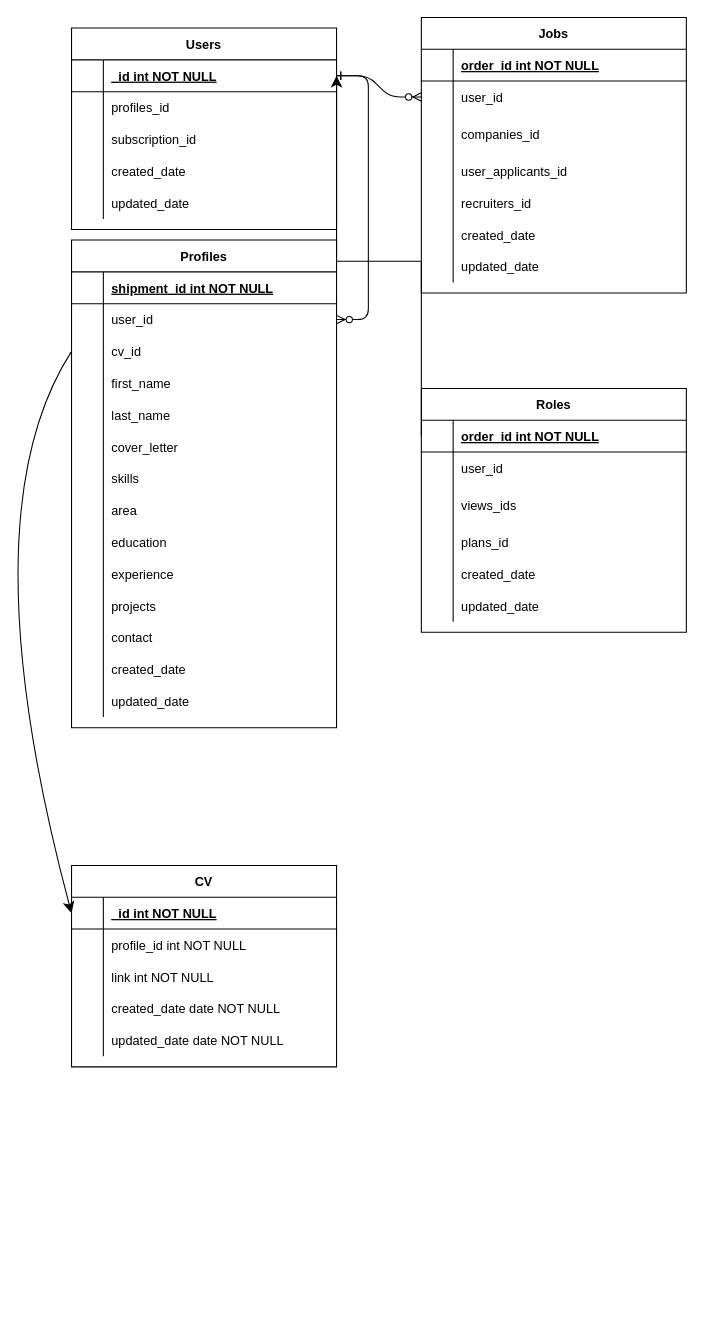
This is diagrama-de-datos.drawio from rcrdevelop/AutoGPT, a draw.io file, before an edit. Source tidied: cells renumbered, new cells numbered last; positions are measured from the earlier drawing's top-left corner, leaving out a move shared by most shapes. Both pictures are drawn from the tidied source at 106%, with x=0, y=0 at pixel (-35, 17).
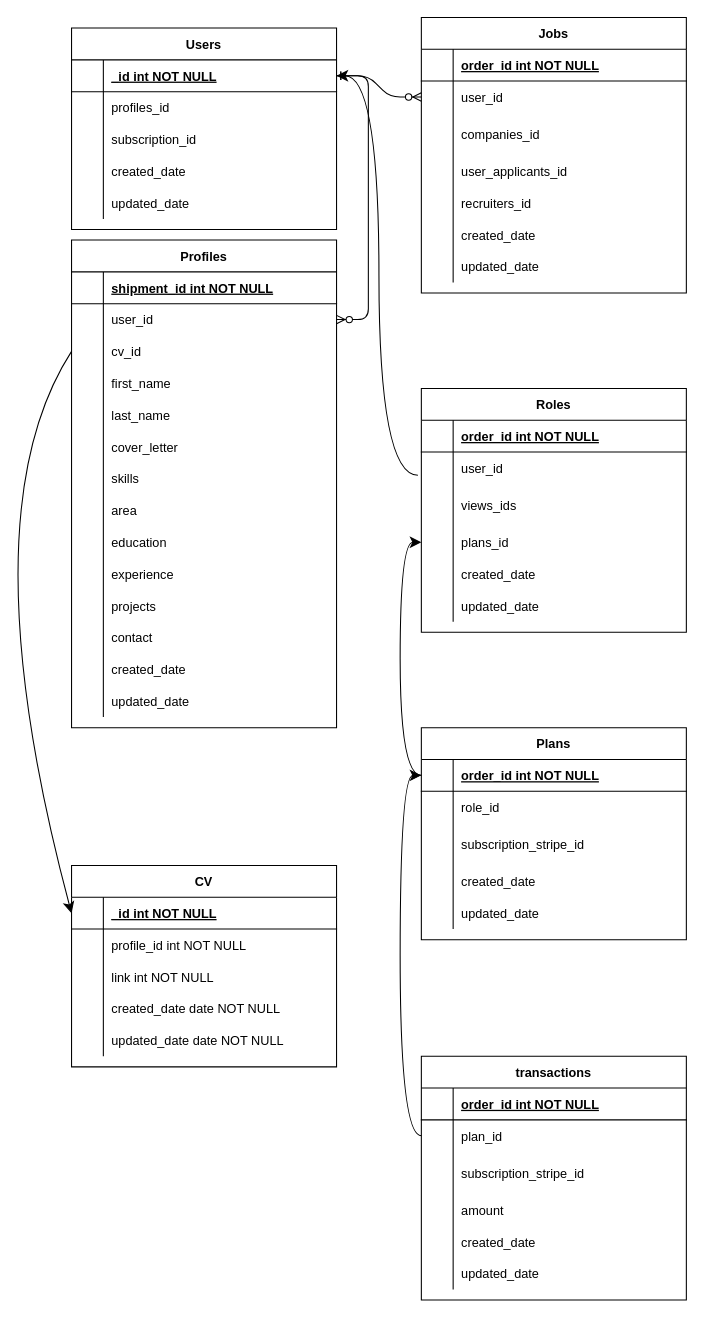
The same diagram, later.

The change refers to these unchanged cells:
```xml
<mxCell id="70" style="shape=partialRectangle;fillColor=none;points=[[0,0.5],[1,0.5]];portConstraint=eastwest;top=0;left=0;right=0;bottom=1;" parent="69" vertex="1">
  <mxGeometry y="30" width="250" height="30" as="geometry" />
</mxCell>
<mxCell id="103" style="shape=partialRectangle;fillColor=none;points=[[0,0.5],[1,0.5]];portConstraint=eastwest;top=0;left=0;right=0;bottom=1;" parent="102" vertex="1">
  <mxGeometry y="30" width="250" height="30" as="geometry" />
</mxCell>
<mxCell id="106" style="shape=partialRectangle;fillColor=none;points=[[0,0.5],[1,0.5]];portConstraint=eastwest;top=0;left=0;right=0;bottom=0;" parent="102" vertex="1">
  <mxGeometry y="60" width="250" height="30" as="geometry" />
</mxCell>
<mxCell id="112" style="shape=partialRectangle;fillColor=none;points=[[0,0.5],[1,0.5]];portConstraint=eastwest;top=0;left=0;right=0;bottom=0;" parent="102" vertex="1">
  <mxGeometry y="130" width="250" height="30" as="geometry" />
</mxCell>
```

Diff of the diagram source:
```diff
@@
-    <mxCell id="121" style="edgeStyle=elbowEdgeStyle;rounded=0;jettySize=auto;html=1;fontSize=12;startSize=8;endSize=8;entryX=1;entryY=0.5;entryDx=0;entryDy=0;elbow=vertical;exitX=0;exitY=0.5;exitDx=0;exitDy=0;" parent="1" edge="1" source="103" target="70">
-      <mxGeometry relative="1" as="geometry">
-        <Array as="points">
-          <mxPoint x="480" y="230" />
-        </Array>
-      </mxGeometry>
+    <mxCell id="121" style="edgeStyle=orthogonalEdgeStyle;rounded=0;jettySize=auto;html=1;fontSize=12;startSize=8;endSize=8;entryX=1;entryY=0.5;entryDx=0;entryDy=0;elbow=vertical;exitX=-0.013;exitY=0.728;exitDx=0;exitDy=0;exitPerimeter=0;curved=1;" parent="1" edge="1" source="106" target="70">
+      <mxGeometry relative="1" as="geometry" />
     </mxCell>
+    <mxCell id="122" value="Plans" style="shape=table;startSize=30;childLayout=tableLayout;rowLines=0;fontStyle=1;align=center;" parent="1" vertex="1">
+      <mxGeometry x="430" y="670" width="250" height="200" as="geometry" />
+    </mxCell>
+    <mxCell id="123" style="shape=partialRectangle;fillColor=none;points=[[0,0.5],[1,0.5]];portConstraint=eastwest;top=0;left=0;right=0;bottom=1;" parent="122" vertex="1">
+      <mxGeometry y="30" width="250" height="30" as="geometry" />
+    </mxCell>
+    <mxCell id="124" style="shape=partialRectangle;overflow=hidden;fillColor=none;top=0;left=0;bottom=0;right=0;fontStyle=1;" parent="123" vertex="1">
+      <mxGeometry width="30" height="30" as="geometry" />
+    </mxCell>
+    <mxCell id="125" value="order_id int NOT NULL " style="shape=partialRectangle;overflow=hidden;fillColor=none;top=0;left=0;bottom=0;right=0;align=left;spacingLeft=6;fontStyle=5;" parent="123" vertex="1">
+      <mxGeometry x="30" width="220" height="30" as="geometry" />
+    </mxCell>
+    <mxCell id="126" style="shape=partialRectangle;fillColor=none;top=0;left=0;right=0;bottom=0;" parent="122" vertex="1">
+      <mxGeometry y="60" width="250" height="30" as="geometry" />
+    </mxCell>
+    <mxCell id="127" style="shape=partialRectangle;overflow=hidden;fillColor=none;top=0;left=0;bottom=0;right=0;" parent="126" vertex="1">
+      <mxGeometry width="30" height="30" as="geometry" />
+    </mxCell>
+    <mxCell id="128" value="role_id " style="shape=partialRectangle;overflow=hidden;fillColor=none;top=0;left=0;bottom=0;right=0;align=left;spacingLeft=6;" parent="126" vertex="1">
+      <mxGeometry x="30" width="220" height="30" as="geometry" />
+    </mxCell>
+    <mxCell id="129" style="shape=partialRectangle;fillColor=none;top=0;left=0;right=0;bottom=0;" parent="122" vertex="1">
+      <mxGeometry y="90" width="250" height="40" as="geometry" />
+    </mxCell>
+    <mxCell id="130" style="shape=partialRectangle;overflow=hidden;fillColor=none;top=0;left=0;bottom=0;right=0;" parent="129" vertex="1">
+      <mxGeometry width="30" height="40" as="geometry" />
+    </mxCell>
+    <mxCell id="131" value="subscription_stripe_id" style="shape=partialRectangle;overflow=hidden;fillColor=none;top=0;left=0;bottom=0;right=0;align=left;spacingLeft=6;" parent="129" vertex="1">
+      <mxGeometry x="30" width="220" height="40" as="geometry" />
+    </mxCell>
+    <mxCell id="132" style="shape=partialRectangle;fillColor=none;top=0;left=0;right=0;bottom=0;" parent="122" vertex="1">
+      <mxGeometry y="130" width="250" height="30" as="geometry" />
+    </mxCell>
+    <mxCell id="133" style="shape=partialRectangle;overflow=hidden;fillColor=none;top=0;left=0;bottom=0;right=0;" parent="132" vertex="1">
+      <mxGeometry width="30" height="30" as="geometry" />
+    </mxCell>
+    <mxCell id="134" value="created_date" style="shape=partialRectangle;overflow=hidden;fillColor=none;top=0;left=0;bottom=0;right=0;align=left;spacingLeft=6;" parent="132" vertex="1">
+      <mxGeometry x="30" width="220" height="30" as="geometry" />
+    </mxCell>
+    <mxCell id="135" style="shape=partialRectangle;fillColor=none;top=0;left=0;right=0;bottom=0;" parent="122" vertex="1">
+      <mxGeometry y="160" width="250" height="30" as="geometry" />
+    </mxCell>
+    <mxCell id="136" style="shape=partialRectangle;overflow=hidden;fillColor=none;top=0;left=0;bottom=0;right=0;" parent="135" vertex="1">
+      <mxGeometry width="30" height="30" as="geometry" />
+    </mxCell>
+    <mxCell id="137" value="updated_date" style="shape=partialRectangle;overflow=hidden;fillColor=none;top=0;left=0;bottom=0;right=0;align=left;spacingLeft=6;" parent="135" vertex="1">
+      <mxGeometry x="30" width="220" height="30" as="geometry" />
+    </mxCell>
+    <mxCell id="138" style="edgeStyle=orthogonalEdgeStyle;curved=1;rounded=0;jettySize=auto;html=1;entryX=0;entryY=0.5;entryDx=0;entryDy=0;fontSize=12;startSize=8;endSize=8;exitX=0;exitY=0.5;exitDx=0;exitDy=0;" parent="1" edge="1" source="123" target="112">
+      <mxGeometry relative="1" as="geometry" />
+    </mxCell>
+    <mxCell id="139" value="transactions" style="shape=table;startSize=30;childLayout=tableLayout;rowLines=0;fontStyle=1;align=center;" parent="1" vertex="1">
+      <mxGeometry x="430" y="980" width="250" height="230" as="geometry" />
+    </mxCell>
+    <mxCell id="140" style="shape=partialRectangle;fillColor=none;top=0;left=0;right=0;bottom=1;" parent="139" vertex="1">
+      <mxGeometry y="30" width="250" height="30" as="geometry" />
+    </mxCell>
+    <mxCell id="141" style="shape=partialRectangle;overflow=hidden;fillColor=none;top=0;left=0;bottom=0;right=0;fontStyle=1;" parent="140" vertex="1">
+      <mxGeometry width="30" height="30" as="geometry" />
+    </mxCell>
+    <mxCell id="142" value="order_id int NOT NULL " style="shape=partialRectangle;overflow=hidden;fillColor=none;top=0;left=0;bottom=0;right=0;align=left;spacingLeft=6;fontStyle=5;" parent="140" vertex="1">
+      <mxGeometry x="30" width="220" height="30" as="geometry" />
+    </mxCell>
+    <mxCell id="143" style="shape=partialRectangle;fillColor=none;points=[[0,0.5],[1,0.5]];portConstraint=eastwest;top=0;left=0;right=0;bottom=0;" parent="139" vertex="1">
+      <mxGeometry y="60" width="250" height="30" as="geometry" />
+    </mxCell>
+    <mxCell id="144" style="shape=partialRectangle;overflow=hidden;fillColor=none;top=0;left=0;bottom=0;right=0;" parent="143" vertex="1">
+      <mxGeometry width="30" height="30" as="geometry" />
+    </mxCell>
+    <mxCell id="145" value="plan_id" style="shape=partialRectangle;overflow=hidden;fillColor=none;top=0;left=0;bottom=0;right=0;align=left;spacingLeft=6;" parent="143" vertex="1">
+      <mxGeometry x="30" width="220" height="30" as="geometry" />
+    </mxCell>
+    <mxCell id="146" style="shape=partialRectangle;fillColor=none;top=0;left=0;right=0;bottom=0;" parent="139" vertex="1">
+      <mxGeometry y="90" width="250" height="40" as="geometry" />
+    </mxCell>
+    <mxCell id="147" style="shape=partialRectangle;overflow=hidden;fillColor=none;top=0;left=0;bottom=0;right=0;" parent="146" vertex="1">
+      <mxGeometry width="30" height="40" as="geometry" />
+    </mxCell>
+    <mxCell id="148" value="subscription_stripe_id" style="shape=partialRectangle;overflow=hidden;fillColor=none;top=0;left=0;bottom=0;right=0;align=left;spacingLeft=6;" parent="146" vertex="1">
+      <mxGeometry x="30" width="220" height="40" as="geometry" />
+    </mxCell>
+    <mxCell id="149" style="shape=partialRectangle;fillColor=none;top=0;left=0;right=0;bottom=0;" parent="139" vertex="1">
+      <mxGeometry y="130" width="250" height="30" as="geometry" />
+    </mxCell>
+    <mxCell id="150" style="shape=partialRectangle;overflow=hidden;fillColor=none;top=0;left=0;bottom=0;right=0;" parent="149" vertex="1">
+      <mxGeometry width="30" height="30" as="geometry" />
+    </mxCell>
+    <mxCell id="151" value="amount" style="shape=partialRectangle;overflow=hidden;fillColor=none;top=0;left=0;bottom=0;right=0;align=left;spacingLeft=6;" parent="149" vertex="1">
+      <mxGeometry x="30" width="220" height="30" as="geometry" />
+    </mxCell>
+    <mxCell id="152" style="shape=partialRectangle;fillColor=none;top=0;left=0;right=0;bottom=0;" parent="139" vertex="1">
+      <mxGeometry y="160" width="250" height="30" as="geometry" />
+    </mxCell>
+    <mxCell id="153" style="shape=partialRectangle;overflow=hidden;fillColor=none;top=0;left=0;bottom=0;right=0;" parent="152" vertex="1">
+      <mxGeometry width="30" height="30" as="geometry" />
+    </mxCell>
+    <mxCell id="154" value="created_date" style="shape=partialRectangle;overflow=hidden;fillColor=none;top=0;left=0;bottom=0;right=0;align=left;spacingLeft=6;" parent="152" vertex="1">
+      <mxGeometry x="30" width="220" height="30" as="geometry" />
+    </mxCell>
+    <mxCell id="155" style="shape=partialRectangle;fillColor=none;top=0;left=0;right=0;bottom=0;" parent="139" vertex="1">
+      <mxGeometry y="190" width="250" height="30" as="geometry" />
+    </mxCell>
+    <mxCell id="156" style="shape=partialRectangle;overflow=hidden;fillColor=none;top=0;left=0;bottom=0;right=0;" parent="155" vertex="1">
+      <mxGeometry width="30" height="30" as="geometry" />
+    </mxCell>
+    <mxCell id="157" value="updated_date" style="shape=partialRectangle;overflow=hidden;fillColor=none;top=0;left=0;bottom=0;right=0;align=left;spacingLeft=6;" parent="155" vertex="1">
+      <mxGeometry x="30" width="220" height="30" as="geometry" />
+    </mxCell>
+    <mxCell id="158" style="edgeStyle=orthogonalEdgeStyle;curved=1;rounded=0;jettySize=auto;html=1;exitX=0;exitY=0.5;exitDx=0;exitDy=0;fontSize=12;startSize=8;endSize=8;entryX=0;entryY=0.5;entryDx=0;entryDy=0;" parent="1" edge="1" source="143" target="123">
+      <mxGeometry relative="1" as="geometry" />
+    </mxCell>
```
